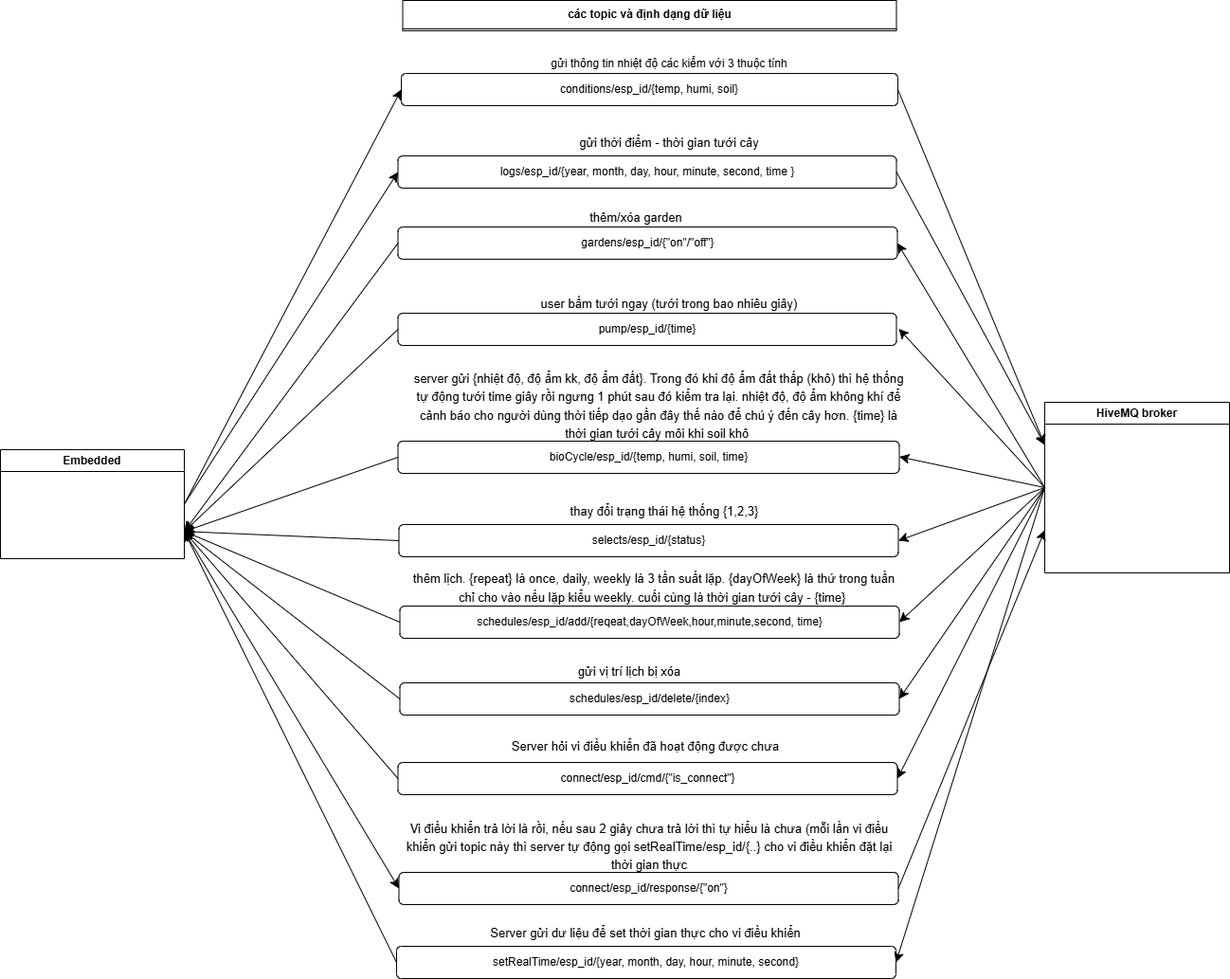
This is details/2_system_analysis_and_sesign/6_MQTT_Topic/MQTT_topic.drawio.png from Minh-Quan-dz123/smart_plant_monitoring_and_watering_system, a draw.io export, as it was before one commit. Source tidied: cells renumbered, new cells last; positions are measured from the earlier drawing's top-left corner, leaving out a move shared by most shapes.
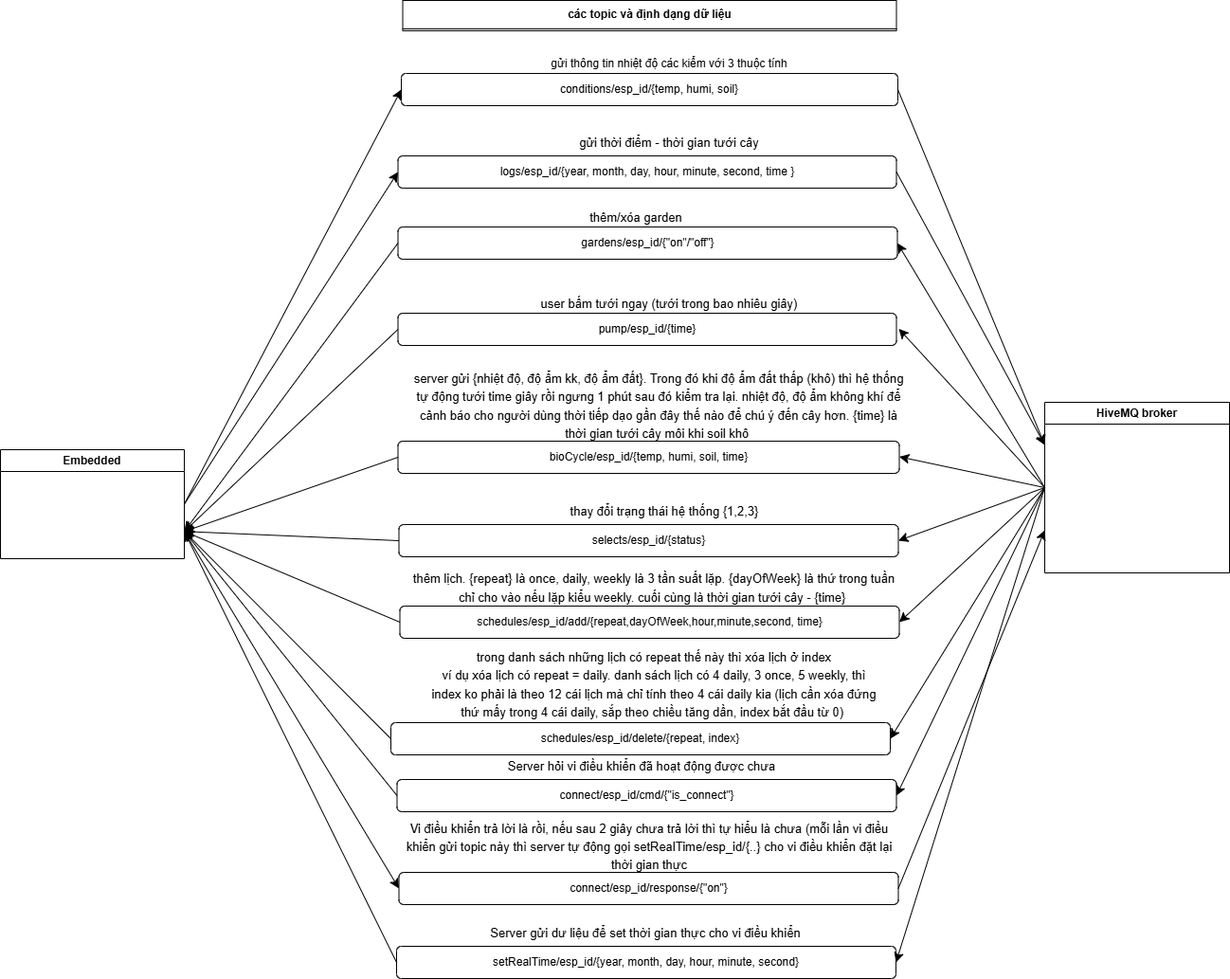
After the commit.

Commit message:
cập nhật topic xóa lịch

What changed in the source:
```diff
@@ -23,7 +23,7 @@
     <mxCell id="8" value="selects/esp_id/{status}" style="rounded=1;whiteSpace=wrap;html=1;" parent="1" vertex="1">
       <mxGeometry x="420.5" y="553" width="527" height="34" as="geometry" />
     </mxCell>
-    <mxCell id="9" value="schedules/esp_id/add/{reqeat,dayOfWeek,hour,minute,second, time}" style="rounded=1;whiteSpace=wrap;html=1;" parent="1" vertex="1">
+    <mxCell id="9" value="schedules/esp_id/add/{repeat,dayOfWeek,hour,minute,second, time}" style="rounded=1;whiteSpace=wrap;html=1;" parent="1" vertex="1">
       <mxGeometry x="421.5" y="639" width="527" height="34" as="geometry" />
     </mxCell>
     <mxCell id="10" value="gardens/esp_id/{&quot;on&quot;/&quot;off&quot;}" style="rounded=1;whiteSpace=wrap;html=1;" parent="1" vertex="1">
@@ -78,11 +78,11 @@
     <mxCell id="25" style="endArrow=classic;html=1;rounded=0;fontSize=12;startSize=8;endSize=8;curved=1;exitX=0;exitY=0.5;exitDx=0;exitDy=0;entryX=1;entryY=0.5;entryDx=0;entryDy=0;" parent="1" edge="1" source="3" target="9">
       <mxGeometry relative="1" as="geometry" />
     </mxCell>
-    <mxCell id="26" value="schedules/esp_id/delete/{index}" style="rounded=1;whiteSpace=wrap;html=1;" parent="1" vertex="1">
-      <mxGeometry x="421.5" y="720" width="527" height="34" as="geometry" />
+    <mxCell id="26" value="schedules/esp_id/delete/{repeat, index}" style="rounded=1;whiteSpace=wrap;html=1;" parent="1" vertex="1">
+      <mxGeometry x="412" y="762" width="527" height="34" as="geometry" />
     </mxCell>
     <mxCell id="27" value="connect/esp_id/cmd/{&quot;is_connect&quot;}" style="rounded=1;whiteSpace=wrap;html=1;" parent="1" vertex="1">
-      <mxGeometry x="419.5" y="804" width="527" height="34" as="geometry" />
+      <mxGeometry x="418.5" y="822" width="527" height="34" as="geometry" />
     </mxCell>
     <mxCell id="28" value="connect/esp_id/response/{&quot;on&quot;}" style="rounded=1;whiteSpace=wrap;html=1;" parent="1" vertex="1">
       <mxGeometry x="420.5" y="920" width="527" height="34" as="geometry" />
@@ -135,11 +135,11 @@
     <mxCell id="44" value="&lt;font style=&quot;font-size: 13px;&quot;&gt;thêm lịch. {repeat} là once, daily, weekly là 3 tần suất lặp. {dayOfWeek} là thứ trong tuần chỉ cho vào nếu lặp kiểu weekly. cuối cùng là thời gian tưới cây - {time}&amp;nbsp;&lt;/font&gt;" style="text;html=1;whiteSpace=wrap;strokeColor=none;fillColor=none;align=center;verticalAlign=middle;rounded=0;fontSize=16;" parent="1" vertex="1">
       <mxGeometry x="424.5" y="604" width="530" height="30" as="geometry" />
     </mxCell>
-    <mxCell id="45" value="&lt;font style=&quot;font-size: 13px;&quot;&gt;gửi vị trí lịch bị xóa&lt;/font&gt;" style="text;html=1;whiteSpace=wrap;strokeColor=none;fillColor=none;align=center;verticalAlign=middle;rounded=0;fontSize=16;" parent="1" vertex="1">
-      <mxGeometry x="462" y="693" width="404" height="27" as="geometry" />
+    <mxCell id="45" value="&lt;span style=&quot;font-size: 13px;&quot;&gt;trong danh sách những lịch có repeat thế này thì xóa lịch ở index&lt;/span&gt;&lt;div&gt;&lt;span style=&quot;font-size: 13px;&quot;&gt;ví dụ xóa lịch có repeat = daily. danh sách lịch có 4 daily, 3 once, 5 weekly, thì index ko phải là theo 12 cái lịch mà chỉ tính theo 4 cái daily kia (lịch cần xóa đứng thứ mấy trong 4 cái daily, sắp theo chiều tăng dần, index bắt đầu từ 0)&amp;nbsp;&lt;/span&gt;&lt;/div&gt;" style="text;html=1;whiteSpace=wrap;strokeColor=none;fillColor=none;align=center;verticalAlign=middle;rounded=0;fontSize=16;" parent="1" vertex="1">
+      <mxGeometry x="452.5" y="714" width="474" height="13" as="geometry" />
     </mxCell>
     <mxCell id="46" value="&lt;font style=&quot;font-size: 13px;&quot;&gt;Server hỏi vi điều khiển đã hoạt động được chưa&lt;/font&gt;" style="text;html=1;whiteSpace=wrap;strokeColor=none;fillColor=none;align=center;verticalAlign=middle;rounded=0;fontSize=16;" parent="1" vertex="1">
-      <mxGeometry x="415.5" y="771" width="530" height="30" as="geometry" />
+      <mxGeometry x="412" y="792" width="530" height="30" as="geometry" />
     </mxCell>
     <mxCell id="47" value="&lt;font style=&quot;font-size: 13px;&quot;&gt;Vi điều khiển trả lời là rồi, nếu sau 2 giây chưa trả lời thì tự hiểu là chưa (mỗi lần vi điều khiển gửi topic này thì server tự động gọi setRealTime/esp_id/{..} cho vi điều khiển đặt lại thời gian thực&lt;/font&gt;" style="text;html=1;whiteSpace=wrap;strokeColor=none;fillColor=none;align=center;verticalAlign=middle;rounded=0;fontSize=16;" parent="1" vertex="1">
       <mxGeometry x="419.5" y="877" width="530" height="30" as="geometry" />
```
